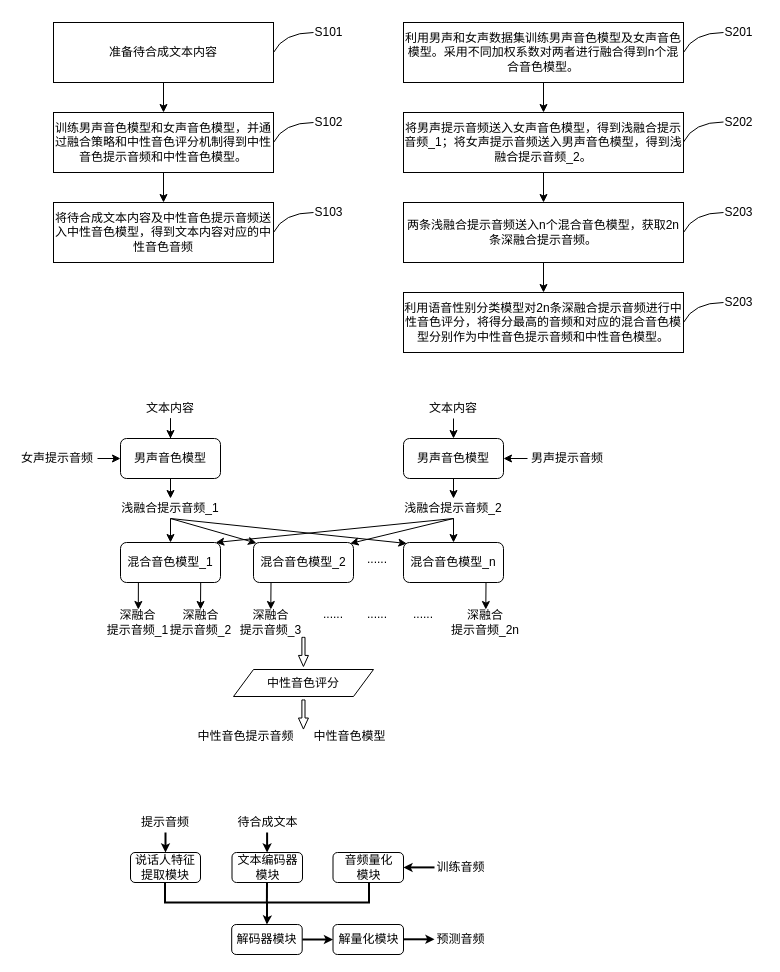
Earlier version of the draw.io diagram 中性音色语音合成.drawio (Nian-Chen/drawio). Source tidied: cells renumbered, new cells numbered last; positions are measured from the earlier drawing's top-left corner, leaving out a move shared by most shapes. Both pictures are drawn from the tidied source at 100%, with x=0, y=0 at pixel (17, 17).
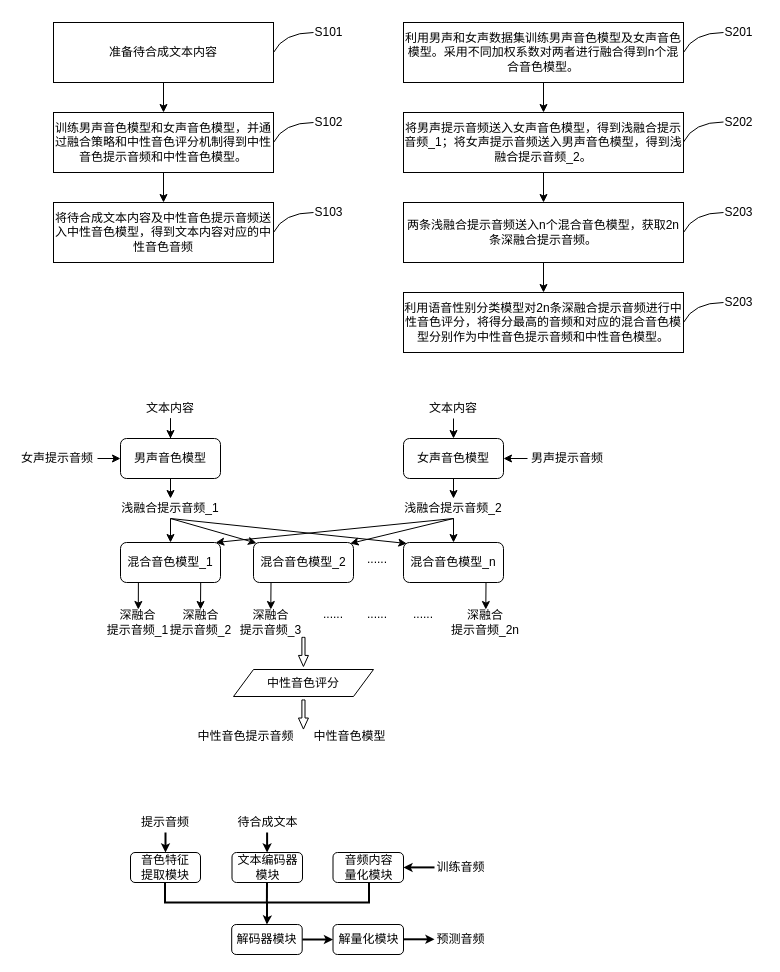
The same diagram, later.

Commit message:
中性音色语音合成.drawio

Diff of the diagram source:
```diff
@@
-    <mxCell id="35" value="男声音色模型" style="rounded=1;whiteSpace=wrap;html=1;" parent="1" vertex="1">
+    <mxCell id="35" value="女声音色模型" style="rounded=1;whiteSpace=wrap;html=1;" parent="1" vertex="1">
       <mxGeometry x="386" y="421" width="100" height="40" as="geometry" />
     </mxCell>
@@
-    <mxCell id="71" value="说话人特征提取模块" style="rounded=1;whiteSpace=wrap;html=1;" parent="1" vertex="1">
+    <mxCell id="71" value="音色特征&lt;div&gt;提取模块&lt;/div&gt;" style="rounded=1;whiteSpace=wrap;html=1;" parent="1" vertex="1">
       <mxGeometry x="113" y="835" width="70" height="30" as="geometry" />
     </mxCell>
@@
-    <mxCell id="74" value="音频量化&lt;div&gt;模块&lt;/div&gt;" style="rounded=1;whiteSpace=wrap;html=1;" parent="1" vertex="1">
+    <mxCell id="74" value="音频内容&lt;div&gt;量化&lt;span style=&quot;background-color: initial;&quot;&gt;模块&lt;/span&gt;&lt;/div&gt;" style="rounded=1;whiteSpace=wrap;html=1;" parent="1" vertex="1">
       <mxGeometry x="315.5" y="835" width="70.5" height="30" as="geometry" />
     </mxCell>
```
